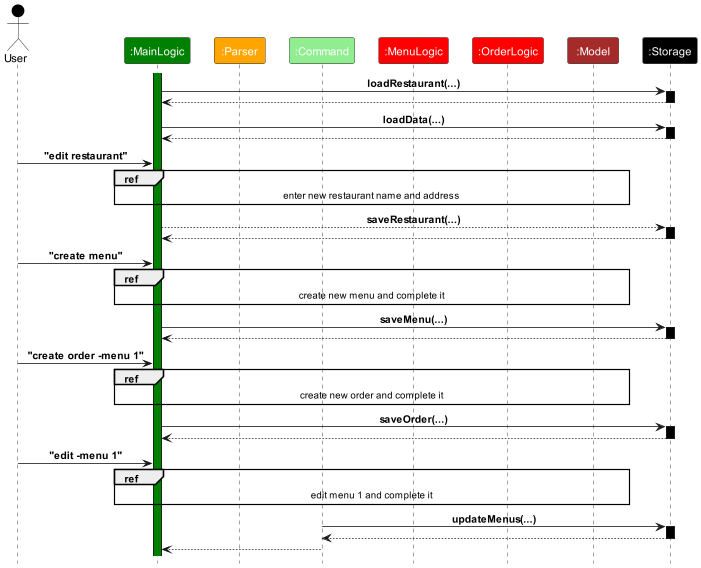
The PlantUML diagram docs/images/Storage.png in adamzzq/tp, before a commit.
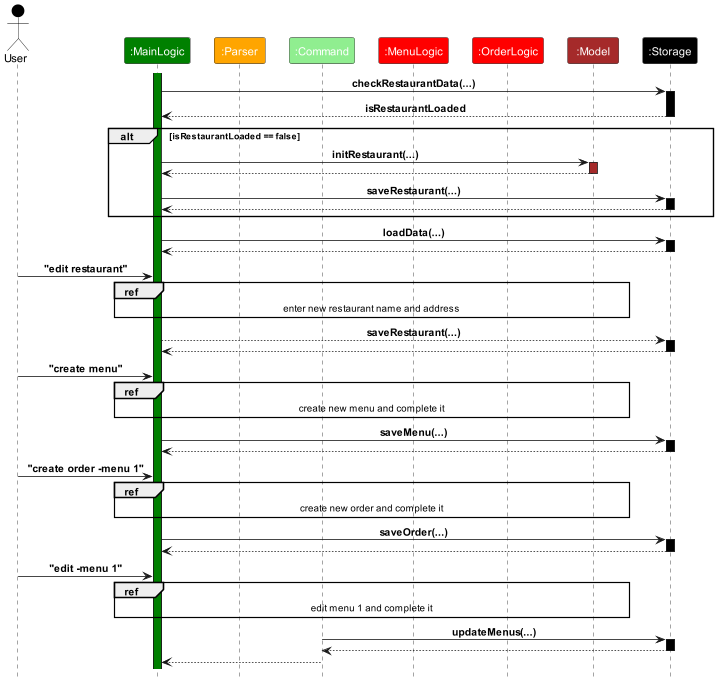
Later version of the same file.

Commit message:
Update Storage related components

Diff of the diagram source:
```diff
@@ -12,11 +12,22 @@
 Participant ":Storage" as storage STORAGE_COLOR
 
 activate mainLogic MAIN_LOGIC_COLOR
-mainLogic -> storage : loadRestaurant(...)
+mainLogic -> storage : checkRestaurantData(...)
 activate storage STORAGE_COLOR
-storage --> mainLogic
+storage --> mainLogic : isRestaurantLoaded
 deactivate storage
 
+alt isRestaurantLoaded == false
+    mainLogic -> model : initRestaurant(...)
+    activate model MODEL_COLOR
+    model --> mainLogic
+    deactivate model
+    mainLogic -> storage : saveRestaurant(...)
+    activate storage STORAGE_COLOR
+    storage --> mainLogic
+    deactivate storage
+    deactivate model
+end
 mainLogic -> storage : loadData(...)
 activate storage STORAGE_COLOR
 storage --> mainLogic
```
